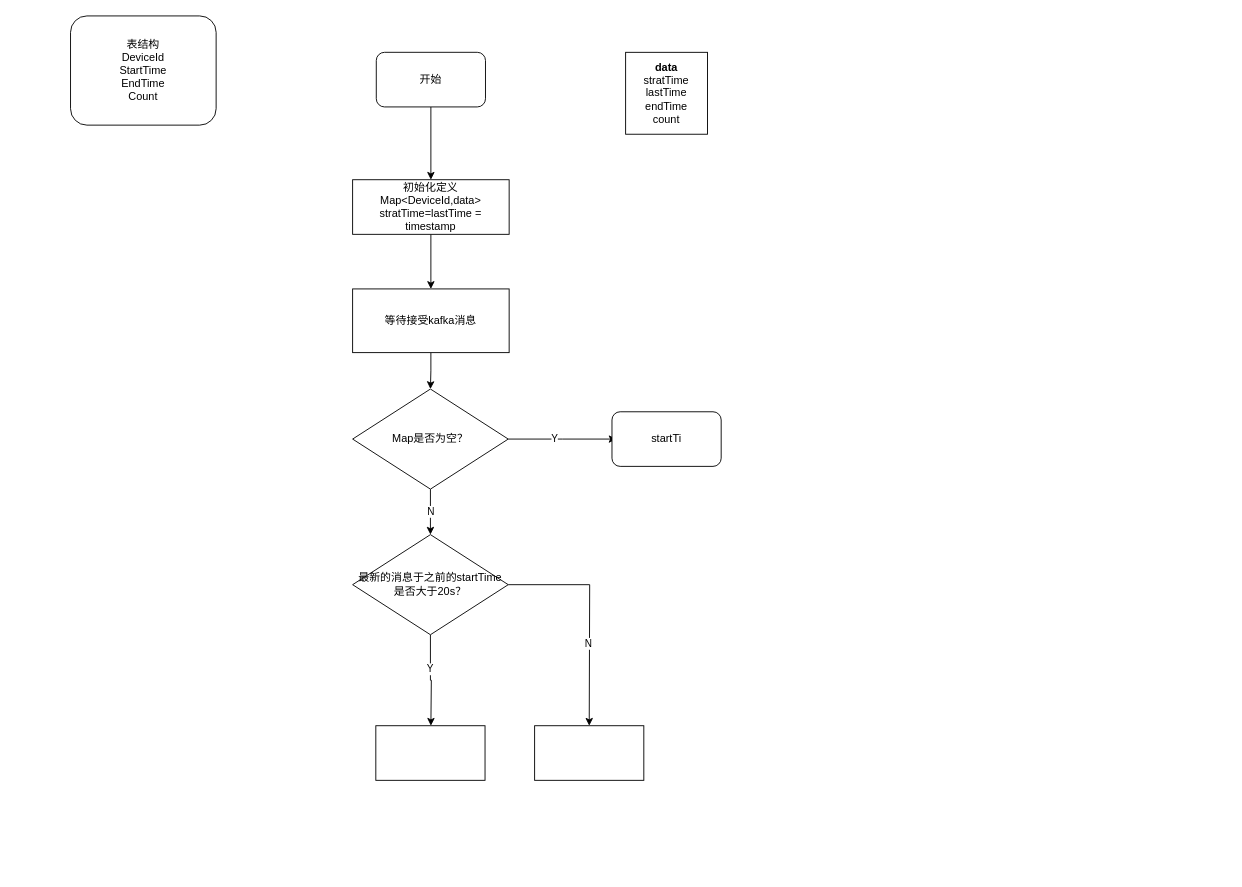
Earlier version of the draw.io diagram 从化防疫.drawio (lingpengzhou/diagrams.io). Source tidied: cells renumbered, new cells numbered last; positions are measured from the earlier drawing's top-left corner, leaving out a move shared by most shapes. Both pictures are drawn from the tidied source at 91%, with x=0, y=0 at pixel (70, 15).
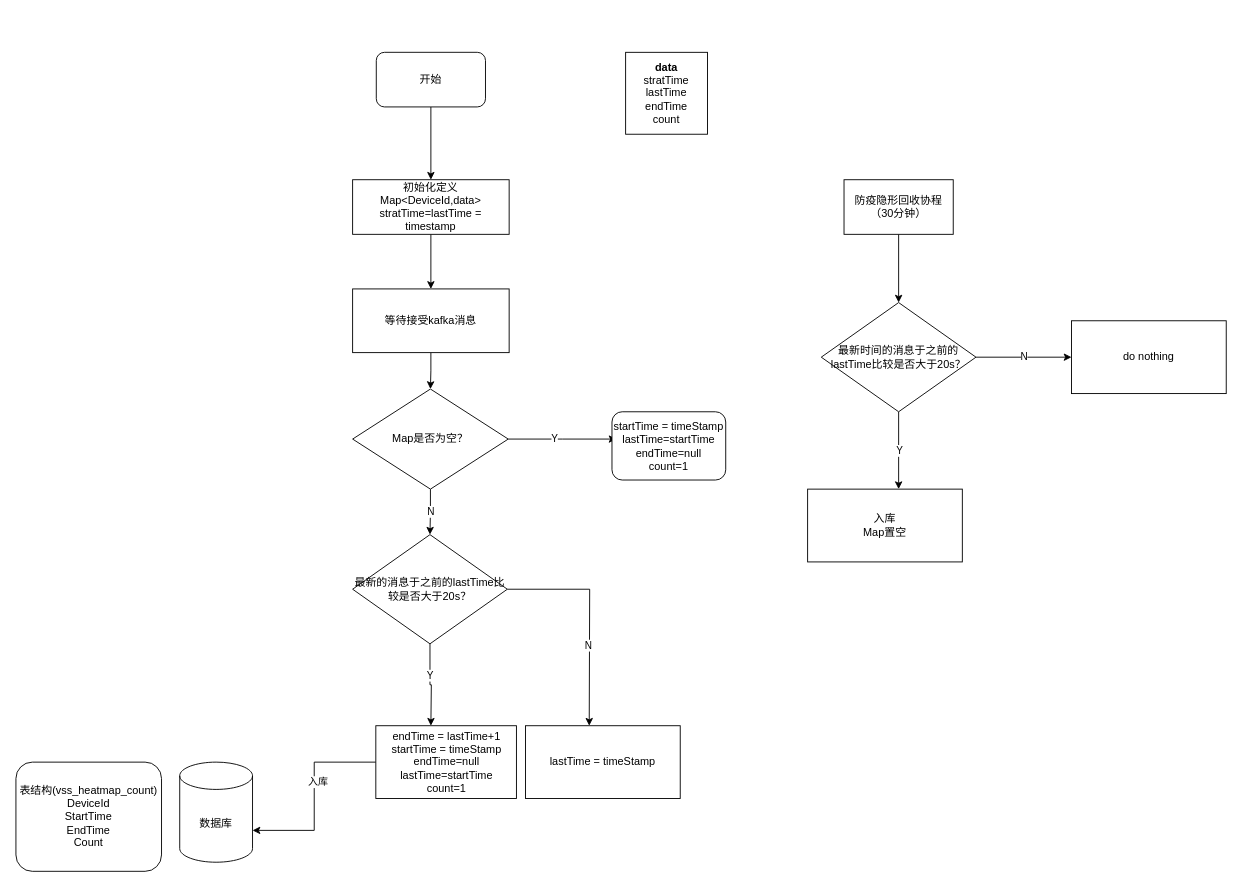
The same diagram, later.

Diff of the diagram source:
```diff
@@
-    <mxCell id="2" value="表结构&lt;br&gt;DeviceId&lt;br&gt;StartTime&lt;br&gt;EndTime&lt;br&gt;Count&lt;br&gt;" style="rounded=1;whiteSpace=wrap;html=1;" parent="1" vertex="1">
-      <mxGeometry width="160" height="120" as="geometry" />
+    <mxCell id="2" value="表结构(vss_heatmap_count)&lt;br&gt;DeviceId&lt;br&gt;StartTime&lt;br&gt;EndTime&lt;br&gt;Count" style="rounded=1;whiteSpace=wrap;html=1;" parent="1" vertex="1">
+      <mxGeometry x="-60" y="820" width="160" height="120" as="geometry" />
     </mxCell>
@@
-    <mxCell id="14" value="最新的消息于之前的startTime是否大于20s？" style="rhombus;whiteSpace=wrap;html=1;" parent="1" vertex="1">
-      <mxGeometry x="310" y="570" width="171" height="110" as="geometry" />
+    <mxCell id="14" value="最新的消息于之前的lastTime比较是否大于20s？" style="rhombus;whiteSpace=wrap;html=1;" parent="1" vertex="1">
+      <mxGeometry x="310" y="570" width="170" height="120" as="geometry" />
     </mxCell>
-    <mxCell id="15" style="rounded=0;whiteSpace=wrap;html=1;" parent="1" vertex="1">
-      <mxGeometry x="510" y="780" width="120" height="60" as="geometry" />
+    <mxCell id="15" value="lastTime = timeStamp" style="rounded=0;whiteSpace=wrap;html=1;" parent="1" vertex="1">
+      <mxGeometry x="500" y="780" width="170" height="80" as="geometry" />
     </mxCell>
+    <mxCell id="22" style="edgeStyle=orthogonalEdgeStyle;rounded=0;jettySize=auto;html=1;entryX=1;entryY=0;entryDx=0;entryDy=75;entryPerimeter=0;" parent="1" edge="1" source="16" target="24">
+      <mxGeometry relative="1" as="geometry" />
+    </mxCell>
+    <mxCell id="23" value="入库" style="edgeLabel;html=1;align=center;verticalAlign=middle;" parent="22" vertex="1">
+      <mxGeometry x="-0.15" y="4" relative="1" as="geometry" />
+    </mxCell>
-    <mxCell id="16" style="rounded=0;whiteSpace=wrap;html=1;" parent="1" vertex="1">
-      <mxGeometry x="335.5" y="780" width="120" height="60" as="geometry" />
+    <mxCell id="16" value="endTime = lastTime+1&lt;br&gt;startTime = timeStamp&lt;br&gt;endTime=null&lt;br&gt;lastTime=startTime&lt;br&gt;count=1" style="rounded=0;whiteSpace=wrap;html=1;" parent="1" vertex="1">
+      <mxGeometry x="335.5" y="780" width="154.5" height="80" as="geometry" />
     </mxCell>
@@
-    <mxCell id="21" value="startTi" style="rounded=1;whiteSpace=wrap;html=1;" parent="1" vertex="1">
-      <mxGeometry x="595" y="435" width="120" height="60" as="geometry" />
+    <mxCell id="21" value="startTime = timeStamp&lt;br&gt;lastTime=startTime&lt;br&gt;endTime=null&lt;br&gt;count=1" style="rounded=1;whiteSpace=wrap;html=1;" parent="1" vertex="1">
+      <mxGeometry x="595" y="435" width="125" height="75" as="geometry" />
     </mxCell>
+    <mxCell id="24" value="数据库" style="shape=cylinder3;whiteSpace=wrap;html=1;boundedLbl=1;backgroundOutline=1;size=15;" parent="1" vertex="1">
+      <mxGeometry x="120" y="820" width="80" height="110" as="geometry" />
+    </mxCell>
+    <mxCell id="25" style="edgeStyle=orthogonalEdgeStyle;rounded=0;jettySize=auto;html=1;" parent="1" edge="1" source="26" target="29">
+      <mxGeometry relative="1" as="geometry" />
+    </mxCell>
+    <mxCell id="26" value="防疫隐形回收协程（30分钟）" style="rounded=0;whiteSpace=wrap;html=1;" parent="1" vertex="1">
+      <mxGeometry x="850" y="180" width="120" height="60" as="geometry" />
+    </mxCell>
+    <mxCell id="27" value="N" style="edgeStyle=orthogonalEdgeStyle;rounded=0;jettySize=auto;html=1;exitX=1;exitY=0.5;exitDx=0;exitDy=0;" parent="1" edge="1" source="29">
+      <mxGeometry relative="1" as="geometry">
+        <mxPoint x="1100" y="375" as="targetPoint" />
+        <Array as="points">
+          <mxPoint x="1050" y="375" />
+          <mxPoint x="1050" y="375" />
+        </Array>
+      </mxGeometry>
+    </mxCell>
+    <mxCell id="28" value="Y" style="edgeStyle=orthogonalEdgeStyle;rounded=0;jettySize=auto;html=1;exitX=0.5;exitY=1;exitDx=0;exitDy=0;" parent="1" edge="1" source="29">
+      <mxGeometry relative="1" as="geometry">
+        <mxPoint x="910" y="520" as="targetPoint" />
+      </mxGeometry>
+    </mxCell>
+    <mxCell id="29" value="最新时间的消息于之前的lastTime比较是否大于20s？" style="rhombus;whiteSpace=wrap;html=1;" parent="1" vertex="1">
+      <mxGeometry x="825" y="315" width="170" height="120" as="geometry" />
+    </mxCell>
+    <mxCell id="30" value="入库&lt;br&gt;Map置空" style="rounded=0;whiteSpace=wrap;html=1;" parent="1" vertex="1">
+      <mxGeometry x="810" y="520" width="170" height="80" as="geometry" />
+    </mxCell>
+    <mxCell id="31" value="do nothing" style="rounded=0;whiteSpace=wrap;html=1;" parent="1" vertex="1">
+      <mxGeometry x="1100" y="335" width="170" height="80" as="geometry" />
+    </mxCell>
```
